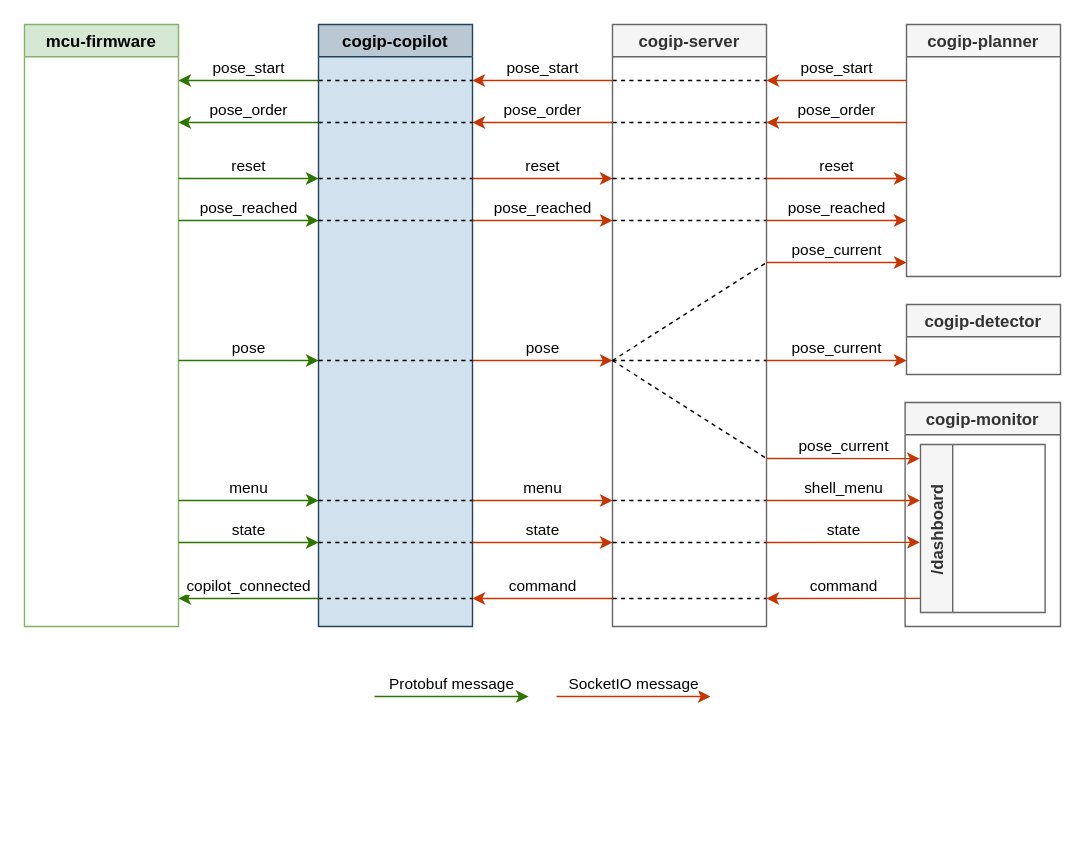
cogip/simulation keeps this draw.io diagram as page "copilot" (5 of 7) of docs/img/cogip.drawio. Above is the earlier version. Source tidied: cells renumbered, new cells numbered last; positions are measured from the earlier drawing's top-left corner, leaving out a move shared by most shapes. Both pictures are drawn from the tidied source at 140%, with x=0, y=0 at pixel (24, 24).
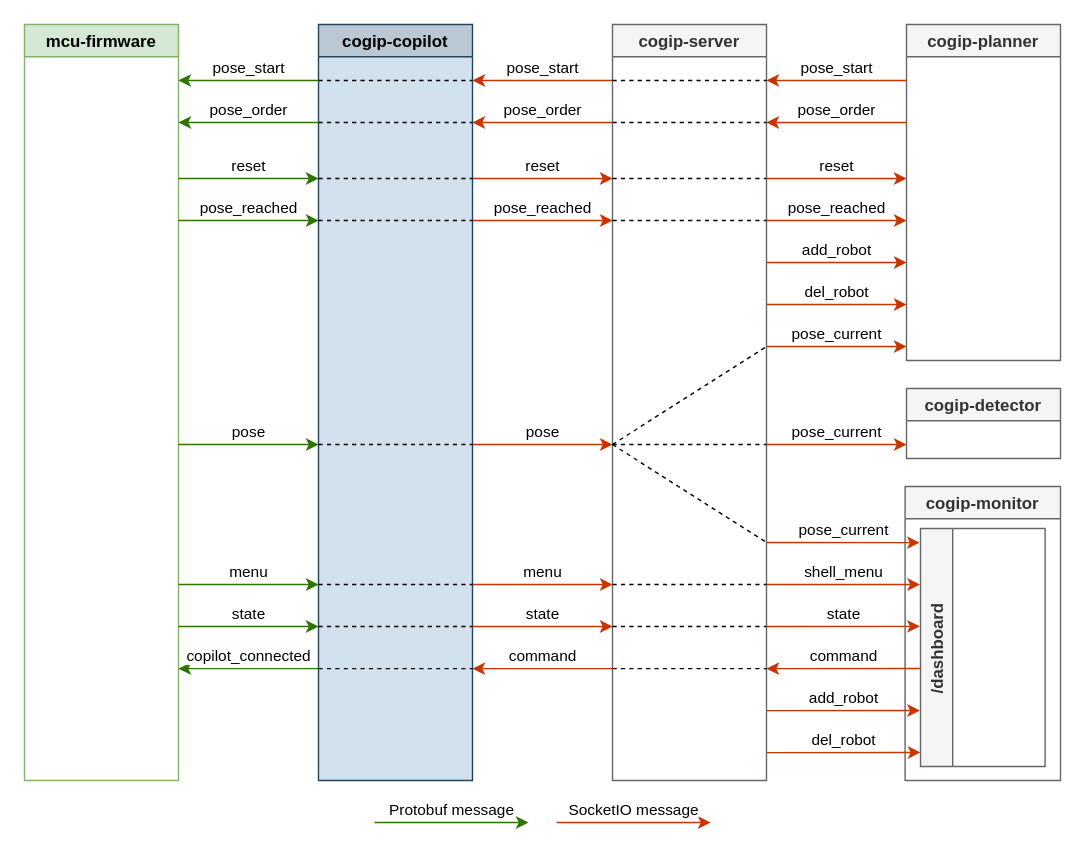
After the change.

Commit message (it also covers changes not shown here):
docs: update schemas with add_robot and del_robot data flow

Diff of the diagram source:
```diff
@@
     <mxCell id="2" value="cogip-monitor" style="swimlane;fillColor=#f5f5f5;strokeColor=#666666;fontColor=#333333;swimlaneFillColor=none;" parent="1" vertex="1">
-      <mxGeometry x="629" y="270" width="111" height="160" as="geometry" />
+      <mxGeometry x="629" y="330" width="111" height="210" as="geometry" />
     </mxCell>
     <mxCell id="3" value="/dashboard" style="swimlane;horizontal=0;fillColor=#f5f5f5;fontColor=#333333;strokeColor=#666666;" parent="2" vertex="1">
-      <mxGeometry x="11" y="30" width="89" height="120" as="geometry" />
+      <mxGeometry x="11" y="30" width="89" height="170" as="geometry" />
     </mxCell>
     <mxCell id="4" value="cogip-detector" style="swimlane;fillColor=#f5f5f5;fontColor=#333333;strokeColor=#666666;" parent="1" vertex="1">
-      <mxGeometry x="630" y="200" width="110" height="50" as="geometry" />
+      <mxGeometry x="630" y="260" width="110" height="50" as="geometry" />
     </mxCell>
     <mxCell id="5" value="menu" style="endArrow=classic;html=1;rounded=0;verticalAlign=bottom;fillColor=#fa6800;strokeColor=#C73500;" parent="1" edge="1">
       <mxGeometry relative="1" as="geometry">
-        <mxPoint x="320" y="340" as="sourcePoint" />
-        <mxPoint x="420" y="340" as="targetPoint" />
+        <mxPoint x="320" y="400" as="sourcePoint" />
+        <mxPoint x="420" y="400" as="targetPoint" />
       </mxGeometry>
     </mxCell>
     <mxCell id="6" value="cogip-planner" style="swimlane;fillColor=#f5f5f5;fontColor=#333333;strokeColor=#666666;" parent="1" vertex="1">
-      <mxGeometry x="630" width="110" height="180" as="geometry" />
+      <mxGeometry x="630" width="110" height="240" as="geometry" />
     </mxCell>
     <mxCell id="7" value="pose" style="endArrow=classic;html=1;rounded=0;verticalAlign=bottom;fillColor=#fa6800;strokeColor=#C73500;" parent="1" edge="1">
       <mxGeometry relative="1" as="geometry">
-        <mxPoint x="320" y="240" as="sourcePoint" />
-        <mxPoint x="420" y="240" as="targetPoint" />
+        <mxPoint x="320" y="300" as="sourcePoint" />
+        <mxPoint x="420" y="300" as="targetPoint" />
       </mxGeometry>
     </mxCell>
@@
     <mxCell id="10" value="cogip-server" style="swimlane;fillColor=#f5f5f5;fontColor=#333333;strokeColor=#666666;" parent="1" vertex="1">
-      <mxGeometry x="420" width="110" height="430" as="geometry" />
+      <mxGeometry x="420" width="110" height="540" as="geometry" />
     </mxCell>
@@
     <mxCell id="15" style="endArrow=none;dashed=1;html=1;rounded=0;" parent="10" edge="1">
       <mxGeometry relative="1" as="geometry">
-        <mxPoint y="240" as="sourcePoint" />
-        <mxPoint x="110" y="170" as="targetPoint" />
+        <mxPoint y="300" as="sourcePoint" />
+        <mxPoint x="110" y="230" as="targetPoint" />
       </mxGeometry>
     </mxCell>
     <mxCell id="16" style="endArrow=none;dashed=1;html=1;rounded=0;" parent="10" edge="1">
       <mxGeometry relative="1" as="geometry">
-        <mxPoint y="240" as="sourcePoint" />
-        <mxPoint x="110" y="240" as="targetPoint" />
+        <mxPoint y="300" as="sourcePoint" />
+        <mxPoint x="110" y="300" as="targetPoint" />
       </mxGeometry>
     </mxCell>
     <mxCell id="17" style="endArrow=none;dashed=1;html=1;rounded=0;" parent="10" edge="1">
       <mxGeometry relative="1" as="geometry">
-        <mxPoint y="240" as="sourcePoint" />
-        <mxPoint x="110" y="310" as="targetPoint" />
+        <mxPoint y="300" as="sourcePoint" />
+        <mxPoint x="110" y="370" as="targetPoint" />
       </mxGeometry>
     </mxCell>
     <mxCell id="18" style="endArrow=none;dashed=1;html=1;rounded=0;" parent="10" edge="1">
       <mxGeometry relative="1" as="geometry">
-        <mxPoint y="340" as="sourcePoint" />
-        <mxPoint x="110" y="340" as="targetPoint" />
+        <mxPoint y="400" as="sourcePoint" />
+        <mxPoint x="110" y="400" as="targetPoint" />
       </mxGeometry>
     </mxCell>
     <mxCell id="19" style="endArrow=none;dashed=1;html=1;rounded=0;" parent="10" edge="1">
       <mxGeometry relative="1" as="geometry">
-        <mxPoint y="370" as="sourcePoint" />
-        <mxPoint x="110" y="370" as="targetPoint" />
+        <mxPoint y="430" as="sourcePoint" />
+        <mxPoint x="110" y="430" as="targetPoint" />
       </mxGeometry>
     </mxCell>
     <mxCell id="20" style="endArrow=none;dashed=1;html=1;rounded=0;" parent="10" edge="1">
       <mxGeometry relative="1" as="geometry">
-        <mxPoint y="410" as="sourcePoint" />
-        <mxPoint x="110" y="410" as="targetPoint" />
+        <mxPoint y="460.1" as="sourcePoint" />
+        <mxPoint x="110" y="460.1" as="targetPoint" />
       </mxGeometry>
     </mxCell>
     <mxCell id="21" value="cogip-copilot" style="swimlane;fillColor=#bac8d3;strokeColor=#23445d;swimlaneFillColor=#D1E1ED;" parent="1" vertex="1">
-      <mxGeometry x="210" width="110" height="430" as="geometry" />
+      <mxGeometry x="210" width="110" height="540" as="geometry" />
     </mxCell>
@@
     <mxCell id="26" style="endArrow=none;dashed=1;html=1;rounded=0;" parent="21" edge="1">
       <mxGeometry relative="1" as="geometry">
-        <mxPoint y="240" as="sourcePoint" />
-        <mxPoint x="110" y="240" as="targetPoint" />
+        <mxPoint y="300" as="sourcePoint" />
+        <mxPoint x="110" y="300" as="targetPoint" />
       </mxGeometry>
     </mxCell>
     <mxCell id="27" style="endArrow=none;dashed=1;html=1;rounded=0;" parent="21" edge="1">
       <mxGeometry relative="1" as="geometry">
-        <mxPoint y="340" as="sourcePoint" />
-        <mxPoint x="110" y="340" as="targetPoint" />
+        <mxPoint y="400" as="sourcePoint" />
+        <mxPoint x="110" y="400" as="targetPoint" />
       </mxGeometry>
     </mxCell>
     <mxCell id="28" style="endArrow=none;dashed=1;html=1;rounded=0;" parent="21" edge="1">
       <mxGeometry relative="1" as="geometry">
-        <mxPoint y="370" as="sourcePoint" />
-        <mxPoint x="110" y="370" as="targetPoint" />
+        <mxPoint y="430" as="sourcePoint" />
+        <mxPoint x="110" y="430" as="targetPoint" />
       </mxGeometry>
     </mxCell>
     <mxCell id="29" style="endArrow=none;dashed=1;html=1;rounded=0;" parent="21" edge="1">
       <mxGeometry relative="1" as="geometry">
-        <mxPoint y="410" as="sourcePoint" />
-        <mxPoint x="110" y="410" as="targetPoint" />
+        <mxPoint y="460.1" as="sourcePoint" />
+        <mxPoint x="110" y="460.1" as="targetPoint" />
       </mxGeometry>
     </mxCell>
@@
     <mxCell id="32" value="command" style="endArrow=classic;html=1;rounded=0;verticalAlign=bottom;fillColor=#fa6800;strokeColor=#C73500;" parent="1" edge="1">
       <mxGeometry relative="1" as="geometry">
-        <mxPoint x="420" y="410" as="sourcePoint" />
-        <mxPoint x="320" y="410" as="targetPoint" />
+        <mxPoint x="420" y="460.1" as="sourcePoint" />
+        <mxPoint x="320" y="460.1" as="targetPoint" />
       </mxGeometry>
     </mxCell>
     <mxCell id="33" value="state" style="endArrow=classic;html=1;rounded=0;verticalAlign=bottom;fillColor=#fa6800;strokeColor=#C73500;" parent="1" edge="1">
       <mxGeometry relative="1" as="geometry">
-        <mxPoint x="320" y="370" as="sourcePoint" />
-        <mxPoint x="420" y="370" as="targetPoint" />
+        <mxPoint x="320" y="430" as="sourcePoint" />
+        <mxPoint x="420" y="430" as="targetPoint" />
       </mxGeometry>
     </mxCell>
@@
     <mxCell id="36" value="pose_current" style="endArrow=classic;html=1;rounded=0;verticalAlign=bottom;fillColor=#fa6800;strokeColor=#C73500;" parent="1" edge="1">
       <mxGeometry relative="1" as="geometry">
-        <mxPoint x="530" y="170" as="sourcePoint" />
-        <mxPoint x="630" y="170" as="targetPoint" />
+        <mxPoint x="530" y="230" as="sourcePoint" />
+        <mxPoint x="630" y="230" as="targetPoint" />
       </mxGeometry>
     </mxCell>
     <mxCell id="37" value="pose_current" style="endArrow=classic;html=1;rounded=0;verticalAlign=bottom;fillColor=#fa6800;strokeColor=#C73500;" parent="1" edge="1">
       <mxGeometry relative="1" as="geometry">
-        <mxPoint x="530" y="240" as="sourcePoint" />
-        <mxPoint x="630" y="240" as="targetPoint" />
+        <mxPoint x="530" y="300" as="sourcePoint" />
+        <mxPoint x="630" y="300" as="targetPoint" />
       </mxGeometry>
     </mxCell>
@@
     <mxCell id="40" value="mcu-firmware" style="swimlane;fillColor=#d5e8d4;strokeColor=#82b366;" parent="1" vertex="1">
-      <mxGeometry width="110" height="430" as="geometry" />
+      <mxGeometry width="110" height="540" as="geometry" />
     </mxCell>
@@
     <mxCell id="43" value="menu" style="endArrow=classic;html=1;rounded=0;verticalAlign=bottom;strokeColor=#2D7600;fillColor=#60a917;" parent="1" edge="1">
       <mxGeometry relative="1" as="geometry">
-        <mxPoint x="110" y="340" as="sourcePoint" />
-        <mxPoint x="210" y="340" as="targetPoint" />
+        <mxPoint x="110" y="400" as="sourcePoint" />
+        <mxPoint x="210" y="400" as="targetPoint" />
       </mxGeometry>
     </mxCell>
     <mxCell id="44" value="state" style="endArrow=classic;html=1;rounded=0;verticalAlign=bottom;strokeColor=#2D7600;fillColor=#60a917;" parent="1" edge="1">
       <mxGeometry relative="1" as="geometry">
-        <mxPoint x="110" y="370" as="sourcePoint" />
-        <mxPoint x="210" y="370" as="targetPoint" />
+        <mxPoint x="110" y="430" as="sourcePoint" />
+        <mxPoint x="210" y="430" as="targetPoint" />
       </mxGeometry>
     </mxCell>
     <mxCell id="45" value="pose" style="endArrow=classic;html=1;rounded=0;verticalAlign=bottom;strokeColor=#2D7600;fillColor=#60a917;" parent="1" edge="1">
       <mxGeometry relative="1" as="geometry">
-        <mxPoint x="110" y="240" as="sourcePoint" />
-        <mxPoint x="210" y="240" as="targetPoint" />
+        <mxPoint x="110" y="300" as="sourcePoint" />
+        <mxPoint x="210" y="300" as="targetPoint" />
       </mxGeometry>
     </mxCell>
@@
     <mxCell id="47" value="copilot_connected" style="endArrow=classic;html=1;rounded=0;verticalAlign=bottom;strokeColor=#2D7600;fillColor=#60a917;" parent="1" edge="1">
       <mxGeometry relative="1" as="geometry">
-        <mxPoint x="210" y="410" as="sourcePoint" />
-        <mxPoint x="110" y="410" as="targetPoint" />
+        <mxPoint x="210" y="460.1" as="sourcePoint" />
+        <mxPoint x="110" y="460.1" as="targetPoint" />
       </mxGeometry>
     </mxCell>
@@
     <mxCell id="49" value="Protobuf message" style="endArrow=classic;html=1;rounded=0;verticalAlign=bottom;strokeColor=#2D7600;fillColor=#60a917;" parent="1" edge="1">
       <mxGeometry relative="1" as="geometry">
-        <mxPoint x="250" y="480" as="sourcePoint" />
-        <mxPoint x="360" y="480" as="targetPoint" />
+        <mxPoint x="250" y="570" as="sourcePoint" />
+        <mxPoint x="360" y="570" as="targetPoint" />
       </mxGeometry>
     </mxCell>
     <mxCell id="50" value="SocketIO message" style="endArrow=classic;html=1;rounded=0;verticalAlign=bottom;strokeColor=#C73500;fillColor=#fa6800;" parent="1" edge="1">
       <mxGeometry relative="1" as="geometry">
-        <mxPoint x="380" y="480" as="sourcePoint" />
-        <mxPoint x="490" y="480" as="targetPoint" />
+        <mxPoint x="380" y="570" as="sourcePoint" />
+        <mxPoint x="490" y="570" as="targetPoint" />
       </mxGeometry>
     </mxCell>
     <mxCell id="51" value="shell_menu" style="endArrow=classic;html=1;rounded=0;verticalAlign=bottom;fillColor=#fa6800;strokeColor=#C73500;entryX=-0.004;entryY=0.138;entryDx=0;entryDy=0;entryPerimeter=0;" parent="1" edge="1">
       <mxGeometry relative="1" as="geometry">
-        <mxPoint x="530" y="340" as="sourcePoint" />
-        <mxPoint x="639.6" y="340" as="targetPoint" />
+        <mxPoint x="530" y="400" as="sourcePoint" />
+        <mxPoint x="639.6" y="400" as="targetPoint" />
       </mxGeometry>
     </mxCell>
     <mxCell id="52" value="command" style="endArrow=classic;html=1;rounded=0;verticalAlign=bottom;fillColor=#fa6800;strokeColor=#C73500;exitX=-0.005;exitY=0.379;exitDx=0;exitDy=0;exitPerimeter=0;" parent="1" edge="1">
       <mxGeometry relative="1" as="geometry">
-        <mxPoint x="639.6" y="409.9" as="sourcePoint" />
-        <mxPoint x="530" y="410" as="targetPoint" />
+        <mxPoint x="639.6" y="460" as="sourcePoint" />
+        <mxPoint x="530" y="460.1" as="targetPoint" />
       </mxGeometry>
     </mxCell>
     <mxCell id="53" value="pose_current" style="endArrow=classic;html=1;rounded=0;verticalAlign=bottom;fillColor=#fa6800;strokeColor=#C73500;entryX=-0.007;entryY=0.035;entryDx=0;entryDy=0;entryPerimeter=0;" parent="1" edge="1">
       <mxGeometry relative="1" as="geometry">
-        <mxPoint x="530" y="310" as="sourcePoint" />
-        <mxPoint x="639.4" y="310.1" as="targetPoint" />
+        <mxPoint x="530" y="370" as="sourcePoint" />
+        <mxPoint x="639.4" y="370.1" as="targetPoint" />
       </mxGeometry>
     </mxCell>
     <mxCell id="54" value="state" style="endArrow=classic;html=1;rounded=0;verticalAlign=bottom;fillColor=#fa6800;strokeColor=#C73500;entryX=-0.006;entryY=0.241;entryDx=0;entryDy=0;entryPerimeter=0;" parent="1" edge="1">
       <mxGeometry relative="1" as="geometry">
-        <mxPoint x="530" y="370" as="sourcePoint" />
-        <mxPoint x="639.5" y="369.9" as="targetPoint" />
+        <mxPoint x="530" y="430" as="sourcePoint" />
+        <mxPoint x="639.5" y="429.9" as="targetPoint" />
       </mxGeometry>
     </mxCell>
+    <mxCell id="55" value="del_robot" style="endArrow=classic;html=1;rounded=0;verticalAlign=bottom;fillColor=#fa6800;strokeColor=#C73500;" parent="1" edge="1">
+      <mxGeometry relative="1" as="geometry">
+        <mxPoint x="530" y="200" as="sourcePoint" />
+        <mxPoint x="630" y="200" as="targetPoint" />
+      </mxGeometry>
+    </mxCell>
+    <mxCell id="56" value="add_robot" style="endArrow=classic;html=1;rounded=0;verticalAlign=bottom;fillColor=#fa6800;strokeColor=#C73500;" parent="1" edge="1">
+      <mxGeometry relative="1" as="geometry">
+        <mxPoint x="530" y="170" as="sourcePoint" />
+        <mxPoint x="630" y="170" as="targetPoint" />
+      </mxGeometry>
+    </mxCell>
+    <mxCell id="57" value="del_robot" style="endArrow=classic;html=1;rounded=0;verticalAlign=bottom;fillColor=#fa6800;strokeColor=#C73500;entryX=-0.001;entryY=0.941;entryDx=0;entryDy=0;entryPerimeter=0;" parent="1" edge="1" target="3">
+      <mxGeometry relative="1" as="geometry">
+        <mxPoint x="530" y="520.1" as="sourcePoint" />
+      </mxGeometry>
+    </mxCell>
+    <mxCell id="58" value="add_robot" style="endArrow=classic;html=1;rounded=0;verticalAlign=bottom;fillColor=#fa6800;strokeColor=#C73500;entryX=-0.005;entryY=0.765;entryDx=0;entryDy=0;entryPerimeter=0;" parent="1" edge="1" target="3">
+      <mxGeometry relative="1" as="geometry">
+        <mxPoint x="530" y="490.1" as="sourcePoint" />
+      </mxGeometry>
+    </mxCell>
```
